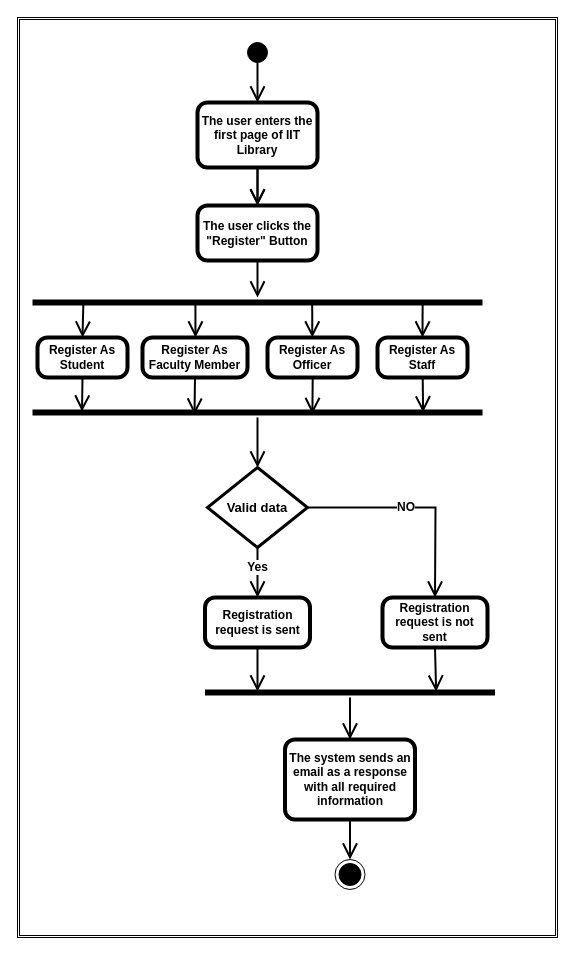
IIT-NSTU/IIT-Library-2.0 keeps this draw.io diagram as SRS/Use Case Diagram/Activity Practise.drawio. Above is the earlier version. Source tidied: cells renumbered, new cells numbered last; positions are measured from the earlier drawing's top-left corner, leaving out a move shared by most shapes. Both pictures are drawn from the tidied source at 100%, with x=0, y=0 at pixel (17, 17).
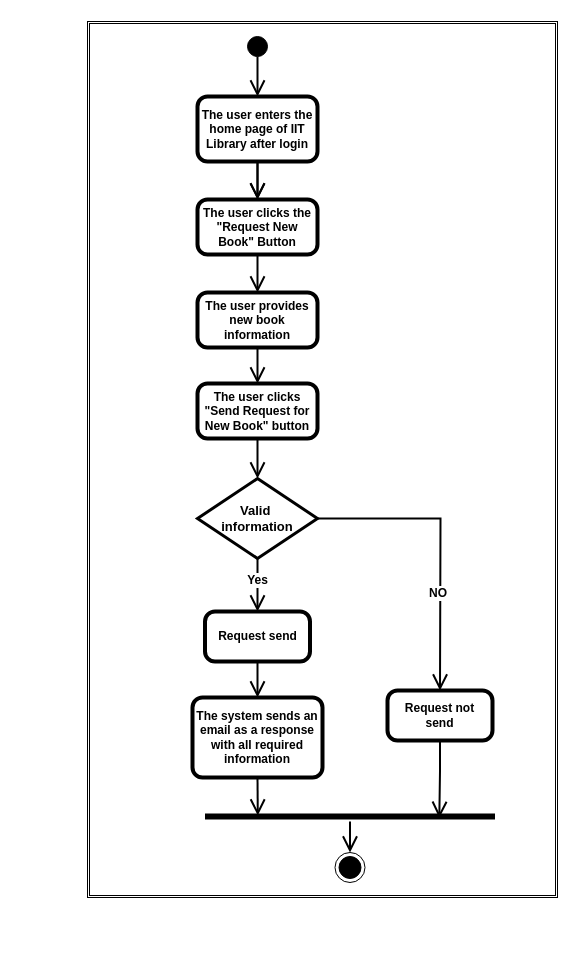
After the change.

The edit, as a diff of the source:
```diff
@@
     <mxCell id="2" style="shape=ext;double=1;rounded=0;whiteSpace=wrap;html=1;fillStyle=solid;strokeColor=default;strokeWidth=1;fillColor=#FFFFFF;gradientColor=none;fontColor=#FFFFFF;" parent="1" vertex="1">
-      <mxGeometry width="540" height="920" as="geometry" />
+      <mxGeometry x="70" y="4" width="470" height="876" as="geometry" />
     </mxCell>
@@
-    <mxCell id="4" style="edgeStyle=orthogonalEdgeStyle;rounded=0;jettySize=auto;html=1;exitX=0.5;exitY=1;exitDx=0;exitDy=0;exitPerimeter=0;entryX=0.5;entryY=0;entryDx=0;entryDy=0;strokeColor=#000000;endArrow=open;endFill=0;endSize=12;strokeWidth=2;startArrow=none;" parent="1" edge="1" source="10" target="8">
+    <mxCell id="4" style="edgeStyle=orthogonalEdgeStyle;rounded=0;jettySize=auto;html=1;exitX=0.5;exitY=1;exitDx=0;exitDy=0;exitPerimeter=0;entryX=0.5;entryY=0;entryDx=0;entryDy=0;strokeColor=#000000;endArrow=open;endFill=0;endSize=12;strokeWidth=2;startArrow=none;" parent="1" edge="1" source="35" target="8">
       <mxGeometry relative="1" as="geometry" />
     </mxCell>
@@
-    <mxCell id="7" value="The user enters the first page of IIT Library" style="points=[[0.25,0,0],[0.5,0,0],[0.75,0,0],[1,0.25,0],[1,0.5,0],[1,0.75,0],[0.75,1,0],[0.5,1,0],[0.25,1,0],[0,0.75,0],[0,0.5,0],[0,0.25,0]];shape=mxgraph.bpmn.task;whiteSpace=wrap;rectStyle=rounded;size=10;bpmnShapeType=call;strokeColor=#000000;fontStyle=1;" parent="1" vertex="1">
-      <mxGeometry x="180" y="85" width="120" height="65" as="geometry" />
+    <mxCell id="7" value="The user enters the home page of IIT Library after login" style="points=[[0.25,0,0],[0.5,0,0],[0.75,0,0],[1,0.25,0],[1,0.5,0],[1,0.75,0],[0.75,1,0],[0.5,1,0],[0.25,1,0],[0,0.75,0],[0,0.5,0],[0,0.25,0]];shape=mxgraph.bpmn.task;whiteSpace=wrap;rectStyle=rounded;size=10;bpmnShapeType=call;strokeColor=#000000;fontStyle=1;" parent="1" vertex="1">
+      <mxGeometry x="180" y="79" width="120" height="65" as="geometry" />
     </mxCell>
     <mxCell id="8" style="ellipse;html=1;shape=endState;fillColor=#000000;strokeColor=#000000;" parent="1" vertex="1">
-      <mxGeometry x="317.5" y="842" width="30" height="30" as="geometry" />
+      <mxGeometry x="317.5" y="835" width="30" height="30" as="geometry" />
     </mxCell>
     <mxCell id="9" style="ellipse;shape=doubleEllipse;whiteSpace=wrap;html=1;fillStyle=solid;strokeColor=default;strokeWidth=1;fillColor=#000000;gradientColor=none;" parent="1" vertex="1">
-      <mxGeometry x="230" y="25" width="20" height="20" as="geometry" />
+      <mxGeometry x="230" y="19" width="20" height="20" as="geometry" />
     </mxCell>
+    <mxCell id="37" style="edgeStyle=orthogonalEdgeStyle;rounded=0;jettySize=auto;html=1;exitX=0.5;exitY=1;exitDx=0;exitDy=0;exitPerimeter=0;entryX=0.182;entryY=0.4;entryDx=0;entryDy=0;entryPerimeter=0;endArrow=open;endFill=0;endSize=12;strokeWidth=2;" parent="1" edge="1" source="10" target="35">
+      <mxGeometry relative="1" as="geometry" />
+    </mxCell>
     <mxCell id="10" value="The system sends an email as a response with all required information" style="points=[[0.25,0,0],[0.5,0,0],[0.75,0,0],[1,0.25,0],[1,0.5,0],[1,0.75,0],[0.75,1,0],[0.5,1,0],[0.25,1,0],[0,0.75,0],[0,0.5,0],[0,0.25,0]];shape=mxgraph.bpmn.task;whiteSpace=wrap;rectStyle=rounded;size=10;bpmnShapeType=call;strokeColor=#000000;fontStyle=1;" parent="1" vertex="1">
-      <mxGeometry x="267.5" y="722" width="130" height="80" as="geometry" />
+      <mxGeometry x="175" y="680" width="130" height="80" as="geometry" />
     </mxCell>
-    <mxCell id="11" style="edgeStyle=none;rounded=0;jettySize=auto;html=1;exitX=0.5;exitY=1;exitDx=0;exitDy=0;exitPerimeter=0;fontColor=#FFFFFF;endArrow=open;endFill=0;endSize=12;strokeColor=#000000;strokeWidth=2;" parent="1" edge="1" source="12" target="13">
+    <mxCell id="11" style="edgeStyle=none;rounded=0;jettySize=auto;html=1;exitX=0.5;exitY=1;exitDx=0;exitDy=0;exitPerimeter=0;fontColor=#FFFFFF;endArrow=open;endFill=0;endSize=12;strokeColor=#000000;strokeWidth=2;entryX=0.5;entryY=0;entryDx=0;entryDy=0;entryPerimeter=0;" parent="1" edge="1" source="12" target="40">
       <mxGeometry relative="1" as="geometry" />
     </mxCell>
-    <mxCell id="12" value="The user clicks the &quot;Register&quot; Button" style="points=[[0.25,0,0],[0.5,0,0],[0.75,0,0],[1,0.25,0],[1,0.5,0],[1,0.75,0],[0.75,1,0],[0.5,1,0],[0.25,1,0],[0,0.75,0],[0,0.5,0],[0,0.25,0]];shape=mxgraph.bpmn.task;whiteSpace=wrap;rectStyle=rounded;size=10;bpmnShapeType=call;strokeColor=#000000;fontStyle=1;" parent="1" vertex="1">
-      <mxGeometry x="180" y="188" width="120" height="55" as="geometry" />
+    <mxCell id="12" value="The user clicks the &quot;Request New Book&quot; Button" style="points=[[0.25,0,0],[0.5,0,0],[0.75,0,0],[1,0.25,0],[1,0.5,0],[1,0.75,0],[0.75,1,0],[0.5,1,0],[0.25,1,0],[0,0.75,0],[0,0.5,0],[0,0.25,0]];shape=mxgraph.bpmn.task;whiteSpace=wrap;rectStyle=rounded;size=10;bpmnShapeType=call;strokeColor=#000000;fontStyle=1;" parent="1" vertex="1">
+      <mxGeometry x="180" y="182" width="120" height="55" as="geometry" />
     </mxCell>
-    <mxCell id="13" style="line;strokeWidth=6;html=1;fillStyle=solid;fontColor=#FFFFFF;fillColor=#FFFFFF;gradientColor=none;" parent="1" vertex="1">
-      <mxGeometry x="15" y="280" width="450" height="10" as="geometry" />
-    </mxCell>
-    <mxCell id="14" style="edgeStyle=none;rounded=0;jettySize=auto;html=1;exitX=0.5;exitY=0;exitDx=0;exitDy=0;exitPerimeter=0;entryX=0.113;entryY=0.558;entryDx=0;entryDy=0;entryPerimeter=0;fontColor=#FFFFFF;endArrow=none;endFill=0;endSize=12;strokeColor=#000000;strokeWidth=2;startArrow=open;startFill=0;startSize=12;" parent="1" edge="1" source="16" target="13">
-      <mxGeometry relative="1" as="geometry" />
-    </mxCell>
-    <mxCell id="15" style="edgeStyle=none;rounded=0;jettySize=auto;html=1;entryX=0.11;entryY=0.404;entryDx=0;entryDy=0;entryPerimeter=0;fontColor=#FFFFFF;startArrow=none;startFill=0;endArrow=open;endFill=0;startSize=12;endSize=12;strokeColor=#000000;strokeWidth=2;exitX=0.5;exitY=1;exitDx=0;exitDy=0;exitPerimeter=0;" parent="1" edge="1" source="16" target="25">
-      <mxGeometry relative="1" as="geometry" />
-    </mxCell>
-    <mxCell id="16" value="Register As &#10;Student" style="points=[[0.25,0,0],[0.5,0,0],[0.75,0,0],[1,0.25,0],[1,0.5,0],[1,0.75,0],[0.75,1,0],[0.5,1,0],[0.25,1,0],[0,0.75,0],[0,0.5,0],[0,0.25,0]];shape=mxgraph.bpmn.task;whiteSpace=wrap;rectStyle=rounded;size=10;bpmnShapeType=call;strokeColor=#000000;fontStyle=1;" parent="1" vertex="1">
-      <mxGeometry x="20" y="320" width="90" height="40" as="geometry" />
-    </mxCell>
-    <mxCell id="17" style="edgeStyle=none;rounded=0;jettySize=auto;html=1;entryX=0.36;entryY=0.707;entryDx=0;entryDy=0;entryPerimeter=0;fontColor=#FFFFFF;startArrow=none;startFill=0;endArrow=open;endFill=0;startSize=12;endSize=12;strokeColor=#000000;strokeWidth=2;exitX=0.5;exitY=1;exitDx=0;exitDy=0;exitPerimeter=0;" parent="1" edge="1" source="18" target="25">
-      <mxGeometry relative="1" as="geometry" />
-    </mxCell>
-    <mxCell id="18" value="Register As &#10;Faculty Member" style="points=[[0.25,0,0],[0.5,0,0],[0.75,0,0],[1,0.25,0],[1,0.5,0],[1,0.75,0],[0.75,1,0],[0.5,1,0],[0.25,1,0],[0,0.75,0],[0,0.5,0],[0,0.25,0]];shape=mxgraph.bpmn.task;whiteSpace=wrap;rectStyle=rounded;size=10;bpmnShapeType=call;strokeColor=#000000;fontStyle=1;" parent="1" vertex="1">
-      <mxGeometry x="125" y="320" width="105" height="40" as="geometry" />
-    </mxCell>
-    <mxCell id="19" value="Register As &#10;Officer" style="shape=mxgraph.bpmn.task;whiteSpace=wrap;rectStyle=rounded;size=10;bpmnShapeType=call;strokeColor=#000000;fontStyle=1;" parent="1" vertex="1">
-      <mxGeometry x="250" y="320" width="90" height="40" as="geometry" />
-    </mxCell>
-    <mxCell id="20" style="edgeStyle=none;rounded=0;jettySize=auto;html=1;exitX=0.5;exitY=0;exitDx=0;exitDy=0;exitPerimeter=0;entryX=0.867;entryY=0.394;entryDx=0;entryDy=0;entryPerimeter=0;fontColor=#FFFFFF;startArrow=open;startFill=0;endArrow=none;endFill=0;startSize=12;endSize=12;strokeColor=#000000;strokeWidth=2;" parent="1" edge="1" source="21" target="13">
-      <mxGeometry relative="1" as="geometry" />
-    </mxCell>
-    <mxCell id="21" value="Register As &#10;Staff" style="points=[[0.25,0,0],[0.5,0,0],[0.75,0,0],[1,0.25,0],[1,0.5,0],[1,0.75,0],[0.75,1,0],[0.5,1,0],[0.25,1,0],[0,0.75,0],[0,0.5,0],[0,0.25,0]];shape=mxgraph.bpmn.task;whiteSpace=wrap;rectStyle=rounded;size=10;bpmnShapeType=call;strokeColor=#000000;fontStyle=1;" parent="1" vertex="1">
-      <mxGeometry x="360" y="320" width="90" height="40" as="geometry" />
-    </mxCell>
-    <mxCell id="22" style="edgeStyle=none;rounded=0;orthogonalLoop=1;jettySize=auto;html=1;entryX=0.113;entryY=0.558;entryDx=0;entryDy=0;entryPerimeter=0;fontColor=#FFFFFF;endArrow=none;endFill=0;endSize=12;strokeColor=#000000;strokeWidth=2;startArrow=open;startFill=0;startSize=12;" parent="1" edge="1">
-      <mxGeometry relative="1" as="geometry">
-        <mxPoint x="178" y="320" as="sourcePoint" />
-        <mxPoint x="177.9" y="285.6" as="targetPoint" />
-      </mxGeometry>
-    </mxCell>
-    <mxCell id="23" style="edgeStyle=none;rounded=0;orthogonalLoop=1;jettySize=auto;html=1;entryX=0.113;entryY=0.558;entryDx=0;entryDy=0;entryPerimeter=0;fontColor=#FFFFFF;endArrow=none;endFill=0;endSize=12;strokeColor=#000000;strokeWidth=2;startArrow=open;startFill=0;startSize=12;" parent="1" edge="1">
-      <mxGeometry relative="1" as="geometry">
-        <mxPoint x="294.8" y="320" as="sourcePoint" />
-        <mxPoint x="294.7" y="285.6" as="targetPoint" />
-      </mxGeometry>
-    </mxCell>
-    <mxCell id="24" style="edgeStyle=none;rounded=0;jettySize=auto;html=1;entryX=0.5;entryY=0;entryDx=0;entryDy=0;entryPerimeter=0;fontColor=#FFFFFF;startArrow=none;startFill=0;endArrow=open;endFill=0;startSize=12;endSize=12;strokeColor=#000000;strokeWidth=2;" parent="1" edge="1" source="25" target="30">
-      <mxGeometry relative="1" as="geometry" />
-    </mxCell>
-    <mxCell id="25" style="line;strokeWidth=6;html=1;fillStyle=solid;fontColor=#FFFFFF;fillColor=#FFFFFF;gradientColor=none;" parent="1" vertex="1">
-      <mxGeometry x="15" y="390" width="450" height="10" as="geometry" />
-    </mxCell>
-    <mxCell id="26" style="edgeStyle=none;rounded=0;jettySize=auto;html=1;fontColor=#FFFFFF;startArrow=none;startFill=0;endArrow=open;endFill=0;startSize=12;endSize=12;strokeColor=#000000;strokeWidth=2;exitX=0.5;exitY=1;exitDx=0;exitDy=0;exitPerimeter=0;entryX=0.622;entryY=0.649;entryDx=0;entryDy=0;entryPerimeter=0;" parent="1" edge="1" target="25">
-      <mxGeometry relative="1" as="geometry">
-        <mxPoint x="295.2" y="360" as="sourcePoint" />
-      </mxGeometry>
-    </mxCell>
-    <mxCell id="27" style="edgeStyle=none;rounded=0;jettySize=auto;html=1;fontColor=#FFFFFF;startArrow=none;startFill=0;endArrow=open;endFill=0;startSize=12;endSize=12;strokeColor=#000000;strokeWidth=2;exitX=0.5;exitY=1;exitDx=0;exitDy=0;exitPerimeter=0;entryX=0.868;entryY=0.486;entryDx=0;entryDy=0;entryPerimeter=0;" parent="1" edge="1" target="25">
-      <mxGeometry relative="1" as="geometry">
-        <mxPoint x="405.2" y="360" as="sourcePoint" />
-      </mxGeometry>
-    </mxCell>
@@
-    <mxCell id="29" value="NO" style="edgeStyle=none;rounded=0;jettySize=auto;html=1;exitX=1;exitY=0.5;exitDx=0;exitDy=0;exitPerimeter=0;entryX=0.5;entryY=0;entryDx=0;entryDy=0;entryPerimeter=0;fontSize=12;fontColor=#000000;startArrow=none;startFill=0;endArrow=open;endFill=0;startSize=12;endSize=12;strokeColor=#000000;strokeWidth=2;fontStyle=1;labelPosition=left;verticalLabelPosition=middle;align=right;verticalAlign=middle;" parent="1" edge="1" source="30" target="33">
+    <mxCell id="29" value="NO" style="edgeStyle=none;rounded=0;jettySize=auto;html=1;exitX=1;exitY=0.5;exitDx=0;exitDy=0;exitPerimeter=0;entryX=0.5;entryY=0;entryDx=0;entryDy=0;entryPerimeter=0;fontSize=12;fontColor=#000000;startArrow=none;startFill=0;endArrow=open;endFill=0;startSize=12;endSize=12;strokeColor=#000000;strokeWidth=2;fontStyle=1;labelPosition=left;verticalLabelPosition=middle;align=right;verticalAlign=middle;spacingLeft=0;spacingBottom=-100;spacingRight=-8;" parent="1" edge="1" source="30" target="33">
       <mxGeometry relative="1" as="geometry">
         <Array as="points">
-          <mxPoint x="418" y="490" />
+          <mxPoint x="423" y="501" />
         </Array>
       </mxGeometry>
     </mxCell>
-    <mxCell id="30" value="&lt;font color=&quot;#000000&quot; style=&quot;font-size: 13px;&quot;&gt;Valid data&lt;/font&gt;" style="strokeWidth=3;html=1;shape=mxgraph.flowchart.decision;whiteSpace=wrap;fillStyle=solid;fontColor=#FFFFFF;fillColor=#FFFFFF;gradientColor=none;fontSize=13;fontStyle=1;" parent="1" vertex="1">
-      <mxGeometry x="190" y="450" width="100" height="80" as="geometry" />
+    <mxCell id="30" value="&lt;font color=&quot;#000000&quot; style=&quot;font-size: 13px;&quot;&gt;Valid&amp;nbsp;&lt;br&gt;information&lt;br&gt;&lt;/font&gt;" style="strokeWidth=3;html=1;shape=mxgraph.flowchart.decision;whiteSpace=wrap;fillStyle=solid;fontColor=#FFFFFF;fillColor=#FFFFFF;gradientColor=none;fontSize=13;fontStyle=1;" parent="1" vertex="1">
+      <mxGeometry x="180" y="461" width="120" height="80" as="geometry" />
     </mxCell>
-    <mxCell id="31" style="edgeStyle=none;rounded=0;jettySize=auto;html=1;exitX=0.5;exitY=1;exitDx=0;exitDy=0;exitPerimeter=0;fontSize=13;fontColor=#000000;startArrow=none;startFill=0;endArrow=open;endFill=0;startSize=12;endSize=12;strokeColor=#000000;strokeWidth=2;entryX=0.181;entryY=0.394;entryDx=0;entryDy=0;entryPerimeter=0;" parent="1" edge="1" source="32" target="35">
-      <mxGeometry relative="1" as="geometry" />
-    </mxCell>
+    <mxCell id="38" style="edgeStyle=orthogonalEdgeStyle;rounded=0;jettySize=auto;html=1;exitX=0.5;exitY=1;exitDx=0;exitDy=0;exitPerimeter=0;endArrow=open;endFill=0;endSize=12;strokeWidth=2;entryX=0.5;entryY=0;entryDx=0;entryDy=0;entryPerimeter=0;" parent="1" edge="1" source="32" target="10">
+      <mxGeometry relative="1" as="geometry" />
+    </mxCell>
-    <mxCell id="32" value="Registration request is sent" style="points=[[0.25,0,0],[0.5,0,0],[0.75,0,0],[1,0.25,0],[1,0.5,0],[1,0.75,0],[0.75,1,0],[0.5,1,0],[0.25,1,0],[0,0.75,0],[0,0.5,0],[0,0.25,0]];shape=mxgraph.bpmn.task;whiteSpace=wrap;rectStyle=rounded;size=10;bpmnShapeType=call;strokeColor=#000000;fontStyle=1;" parent="1" vertex="1">
-      <mxGeometry x="187.5" y="580" width="105" height="50" as="geometry" />
+    <mxCell id="32" value="Request send" style="points=[[0.25,0,0],[0.5,0,0],[0.75,0,0],[1,0.25,0],[1,0.5,0],[1,0.75,0],[0.75,1,0],[0.5,1,0],[0.25,1,0],[0,0.75,0],[0,0.5,0],[0,0.25,0]];shape=mxgraph.bpmn.task;whiteSpace=wrap;rectStyle=rounded;size=10;bpmnShapeType=call;strokeColor=#000000;fontStyle=1;" parent="1" vertex="1">
+      <mxGeometry x="187.5" y="594" width="105" height="50" as="geometry" />
     </mxCell>
+    <mxCell id="36" style="edgeStyle=orthogonalEdgeStyle;rounded=0;jettySize=auto;html=1;exitX=0.5;exitY=1;exitDx=0;exitDy=0;exitPerimeter=0;entryX=0.808;entryY=0.638;entryDx=0;entryDy=0;entryPerimeter=0;endArrow=open;endFill=0;endSize=12;strokeWidth=2;" parent="1" edge="1" source="33" target="35">
+      <mxGeometry relative="1" as="geometry" />
+    </mxCell>
-    <mxCell id="33" value="Registration request is not sent" style="points=[[0.25,0,0],[0.5,0,0],[0.75,0,0],[1,0.25,0],[1,0.5,0],[1,0.75,0],[0.75,1,0],[0.5,1,0],[0.25,1,0],[0,0.75,0],[0,0.5,0],[0,0.25,0]];shape=mxgraph.bpmn.task;whiteSpace=wrap;rectStyle=rounded;size=10;bpmnShapeType=call;strokeColor=#000000;fontStyle=1;" parent="1" vertex="1">
-      <mxGeometry x="365" y="580" width="105" height="50" as="geometry" />
+    <mxCell id="33" value="Request not &#10;send" style="points=[[0.25,0,0],[0.5,0,0],[0.75,0,0],[1,0.25,0],[1,0.5,0],[1,0.75,0],[0.75,1,0],[0.5,1,0],[0.25,1,0],[0,0.75,0],[0,0.5,0],[0,0.25,0]];shape=mxgraph.bpmn.task;whiteSpace=wrap;rectStyle=rounded;size=10;bpmnShapeType=call;strokeColor=#000000;fontStyle=1;" parent="1" vertex="1">
+      <mxGeometry x="370" y="673" width="105" height="50" as="geometry" />
     </mxCell>
-    <mxCell id="34" style="edgeStyle=none;rounded=0;jettySize=auto;html=1;entryX=0.5;entryY=0;entryDx=0;entryDy=0;entryPerimeter=0;fontSize=12;fontColor=#000000;startArrow=none;startFill=0;endArrow=open;endFill=0;startSize=12;endSize=12;strokeColor=#000000;strokeWidth=2;" parent="1" edge="1" source="35" target="10">
-      <mxGeometry relative="1" as="geometry" />
-    </mxCell>
     <mxCell id="35" style="line;strokeWidth=6;html=1;fillStyle=solid;fontColor=#FFFFFF;fillColor=#FFFFFF;gradientColor=none;" parent="1" vertex="1">
-      <mxGeometry x="187.5" y="670" width="290" height="10" as="geometry" />
+      <mxGeometry x="187.5" y="794" width="290" height="10" as="geometry" />
     </mxCell>
-    <mxCell id="36" style="edgeStyle=none;rounded=0;jettySize=auto;html=1;fontSize=13;fontColor=#000000;startArrow=none;startFill=0;endArrow=open;endFill=0;startSize=12;endSize=12;strokeColor=#000000;strokeWidth=2;entryX=0.797;entryY=0.407;entryDx=0;entryDy=0;entryPerimeter=0;exitX=0.5;exitY=1;exitDx=0;exitDy=0;exitPerimeter=0;" parent="1" edge="1" source="33" target="35">
-      <mxGeometry relative="1" as="geometry" />
-    </mxCell>
+    <mxCell id="39" style="edgeStyle=orthogonalEdgeStyle;rounded=0;jettySize=auto;html=1;exitX=0.5;exitY=1;exitDx=0;exitDy=0;exitPerimeter=0;entryX=0.5;entryY=0;entryDx=0;entryDy=0;entryPerimeter=0;endArrow=open;endFill=0;endSize=12;strokeWidth=2;" parent="1" edge="1" source="40" target="42">
+      <mxGeometry relative="1" as="geometry" />
+    </mxCell>
+    <mxCell id="40" value="The user provides new book information" style="points=[[0.25,0,0],[0.5,0,0],[0.75,0,0],[1,0.25,0],[1,0.5,0],[1,0.75,0],[0.75,1,0],[0.5,1,0],[0.25,1,0],[0,0.75,0],[0,0.5,0],[0,0.25,0]];shape=mxgraph.bpmn.task;whiteSpace=wrap;rectStyle=rounded;size=10;bpmnShapeType=call;strokeColor=#000000;fontStyle=1;" parent="1" vertex="1">
+      <mxGeometry x="180" y="275" width="120" height="55" as="geometry" />
+    </mxCell>
+    <mxCell id="41" style="edgeStyle=orthogonalEdgeStyle;rounded=0;jettySize=auto;html=1;entryX=0.5;entryY=0;entryDx=0;entryDy=0;entryPerimeter=0;endArrow=open;endFill=0;endSize=12;strokeWidth=2;" parent="1" edge="1" source="42" target="30">
+      <mxGeometry relative="1" as="geometry" />
+    </mxCell>
+    <mxCell id="42" value="The user clicks &quot;Send Request for New Book&quot; button" style="points=[[0.25,0,0],[0.5,0,0],[0.75,0,0],[1,0.25,0],[1,0.5,0],[1,0.75,0],[0.75,1,0],[0.5,1,0],[0.25,1,0],[0,0.75,0],[0,0.5,0],[0,0.25,0]];shape=mxgraph.bpmn.task;whiteSpace=wrap;rectStyle=rounded;size=10;bpmnShapeType=call;strokeColor=#000000;fontStyle=1;" parent="1" vertex="1">
+      <mxGeometry x="180" y="366" width="120" height="55" as="geometry" />
+    </mxCell>
```
